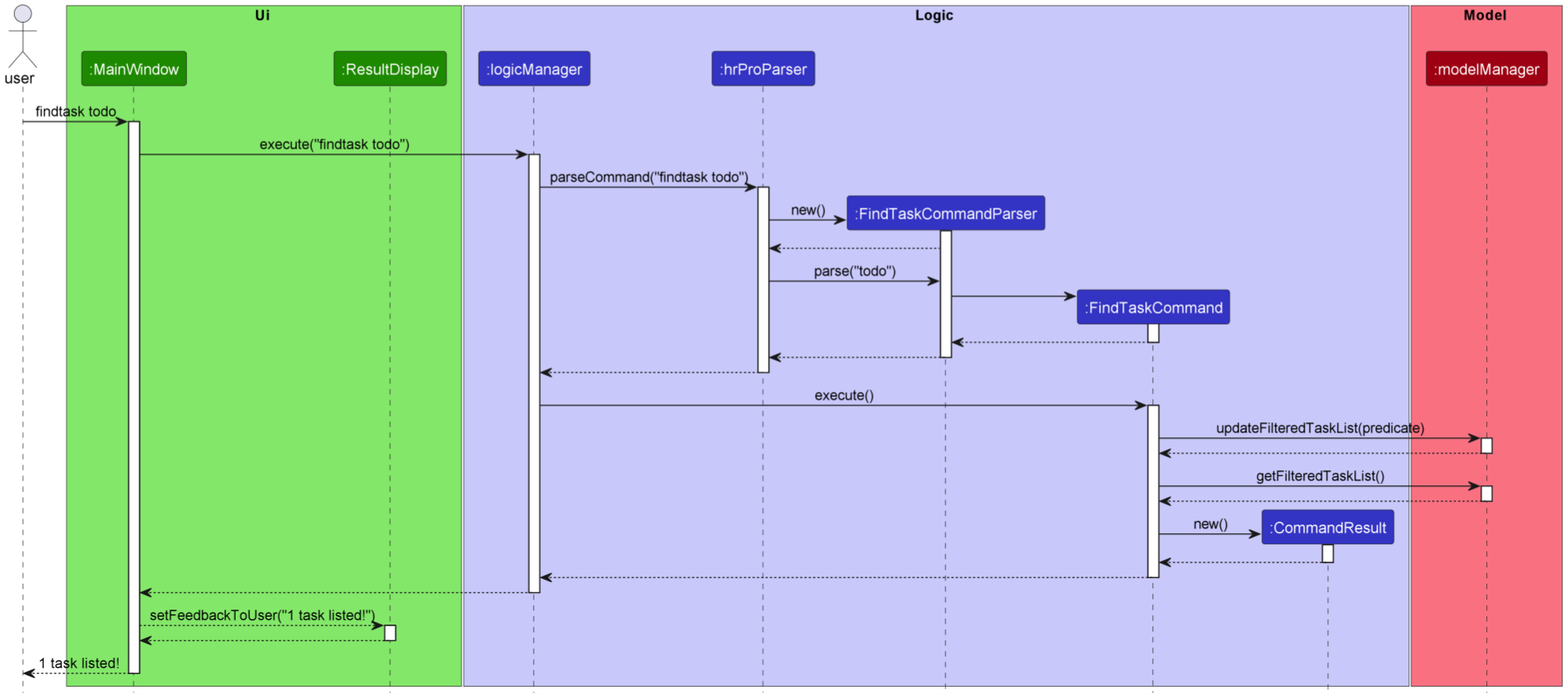
Above: docs/images/FindTaskDiagram.png in nus-cs2103-AY2223S1/tp (PlantUML), before the change. Its source is kept beside it as docs/diagrams/FindTaskDiagram.puml. Its diagram source:
```plantuml
@startuml
!include style.puml

actor  user     as user

box Ui UI_COLOR_T1
participant ":MainWindow"  as mainWindow UI_COLOR
participant ":ResultDisplay" as resultDisplay UI_COLOR
end box

box Logic LOGIC_COLOR_T1
participant ":logicManager"  as logicManager LOGIC_COLOR
participant ":hrProParser"  as addressBookParser LOGIC_COLOR
participant ":FindTaskCommandParser"  as findTaskCommandParser LOGIC_COLOR
participant ":FindTaskCommand"  as findCommand LOGIC_COLOR
participant ":CommandResult" as commandResult LOGIC_COLOR
end box

box Model MODEL_COLOR_T1
participant ":modelManager" as modelManager MODEL_COLOR
end box

user -> mainWindow : findtask todo
activate mainWindow

mainWindow -> logicManager : execute("findtask todo")
activate logicManager

logicManager -> addressBookParser : parseCommand("findtask todo")
activate addressBookParser

create findTaskCommandParser
addressBookParser -> findTaskCommandParser : new()
activate findTaskCommandParser

findTaskCommandParser --> addressBookParser

addressBookParser -> findTaskCommandParser : parse("todo")

create findCommand
findTaskCommandParser -> findCommand
activate findCommand

findCommand --> findTaskCommandParser
deactivate findCommand

findTaskCommandParser --> addressBookParser
deactivate findTaskCommandParser

addressBookParser --> logicManager
deactivate addressBookParser

logicManager -> findCommand : execute()
activate findCommand

findCommand -> modelManager : updateFilteredTaskList(predicate)
activate modelManager
return

findCommand -> modelManager : getFilteredTaskList()
activate modelManager
return

create commandResult
findCommand -> commandResult : new()
activate commandResult

commandResult --> findCommand
deactivate commandResult
return
logicManager --> mainWindow
deactivate logicManager

mainWindow --> resultDisplay :setFeedbackToUser("1 task listed!")
activate resultDisplay
return
return 1 task listed!

@enduml
```
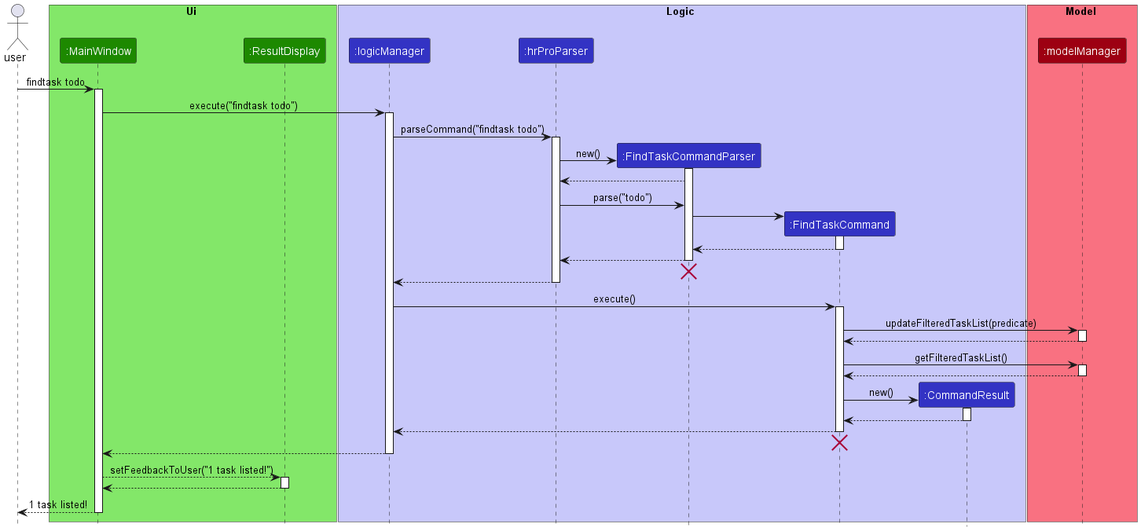
After the change.

What changed in the source:
```diff
@@ -46,6 +46,8 @@
 
 findTaskCommandParser --> addressBookParser
 deactivate findTaskCommandParser
+findTaskCommandParser -[hidden]-> addressBookParser
+destroy findTaskCommandParser
 
 addressBookParser --> logicManager
 deactivate addressBookParser
@@ -67,7 +69,12 @@
 
 commandResult --> findCommand
 deactivate commandResult
-return
+
+findCommand --> logicManager
+deactivate
+findCommand -[hidden]-> logicManager
+destroy findCommand
+
 logicManager --> mainWindow
 deactivate logicManager
 
```
